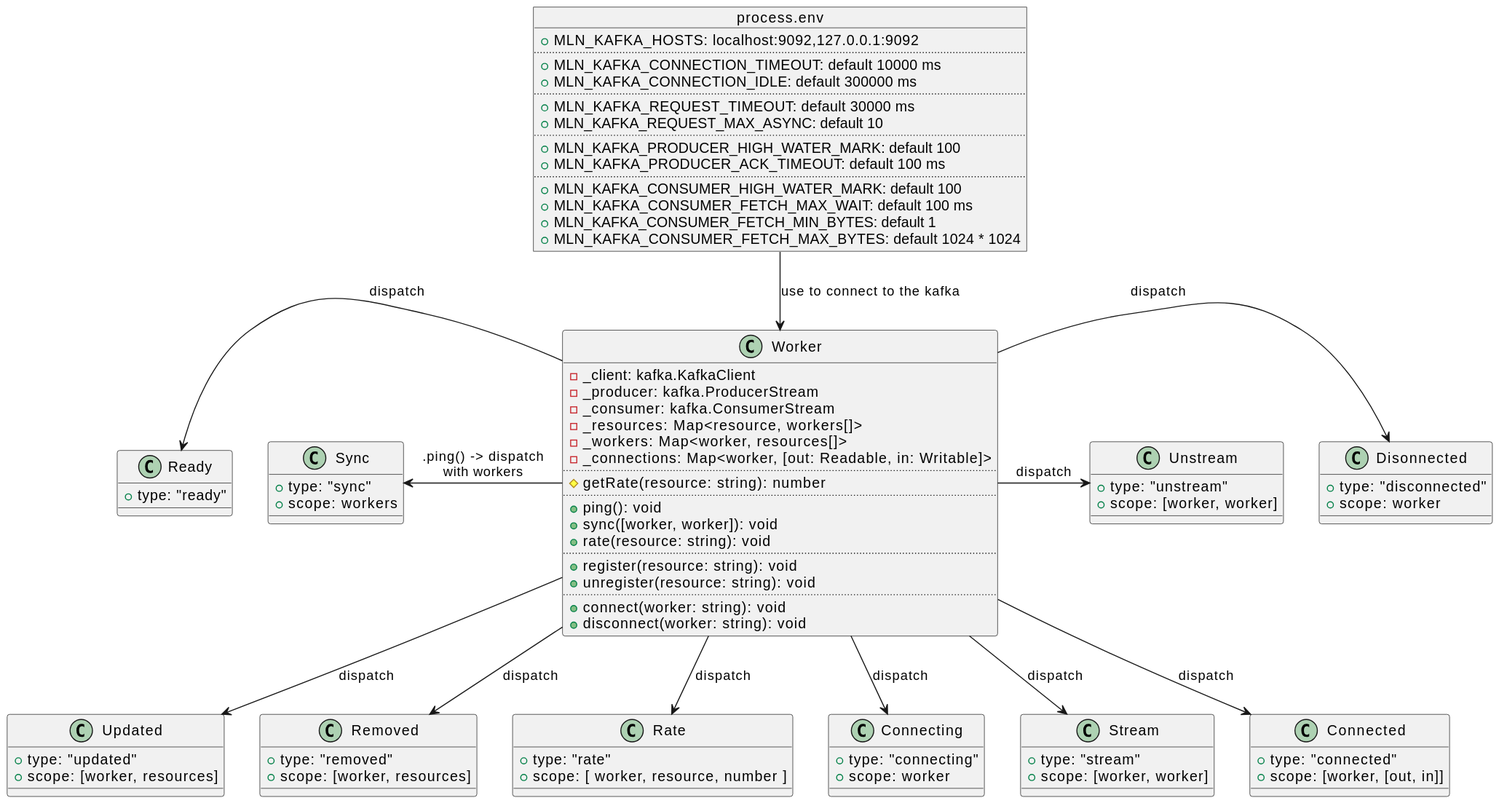
Above: uml/svg/mln.io/Worker.svg in imazzine/mln (PlantUML), before the change.
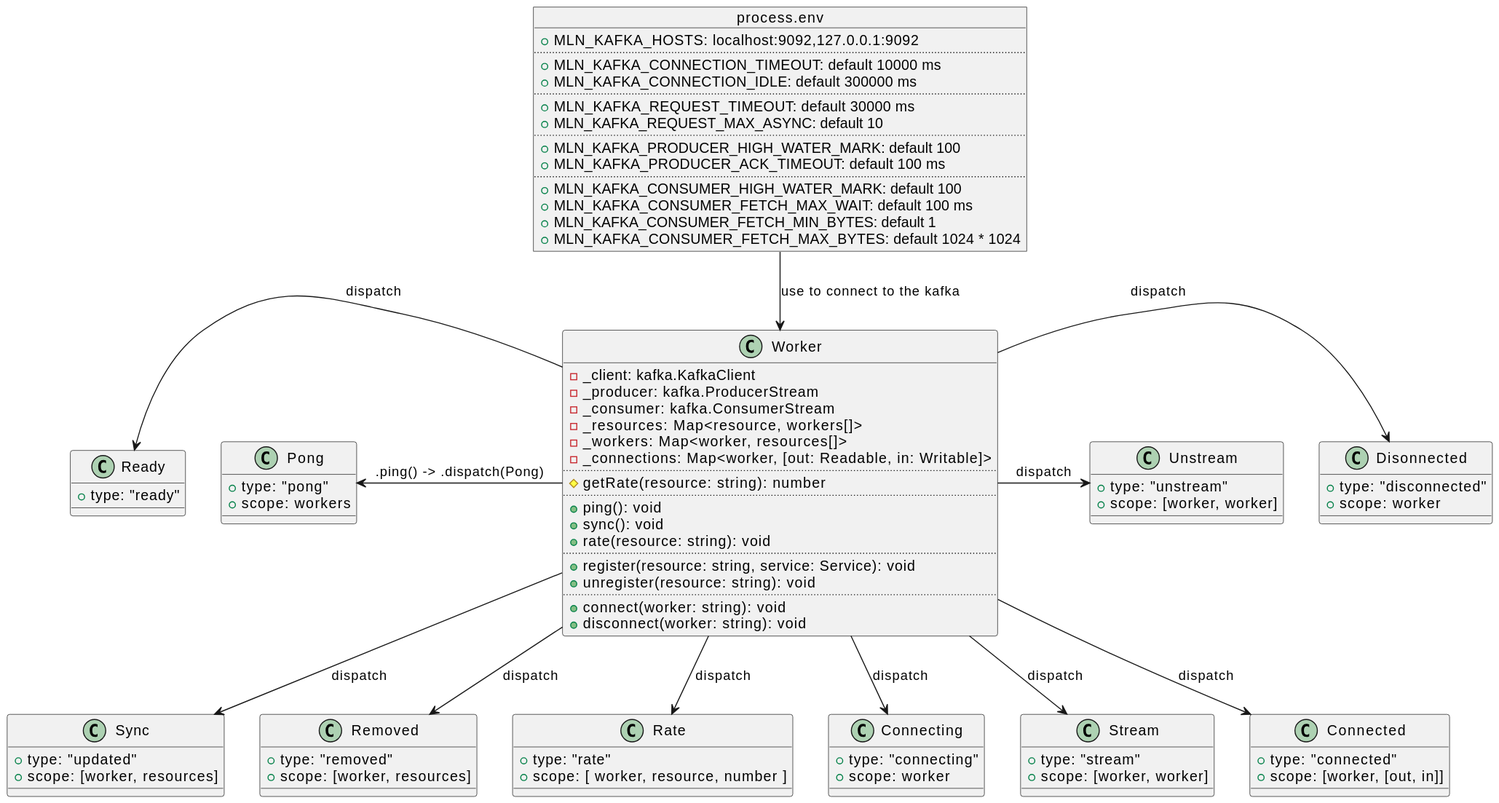
The same file after the commit.

What changed in the source:
```diff
@@ -29,10 +29,10 @@
     #getRate(resource: string): number
     ....
     +ping(): void
-    +sync([worker, worker]): void
+    +sync(): void
     +rate(resource: string): void
     ....
-    +register(resource: string): void
+    +register(resource: string, service: Service): void
     +unregister(resource: string): void
     ....
     +connect(worker: string): void
@@ -45,17 +45,17 @@
   }
   Ready <- Worker: dispatch
 
-  class Sync {
-    +type: "sync"
+  class Pong {
+    +type: "pong"
     +scope: workers
   }
-  Sync <- Worker: .ping() -> dispatch\nwith workers
+  Pong <- Worker: .ping() -> .dispatch(Pong)
 
-  class Updated {
+  class Sync {
     +type: "updated"
     +scope: [worker, resources]
   }
-  Worker --> Updated: dispatch
+  Worker --> Sync: dispatch
 
   class Removed {
     +type: "removed"
```
